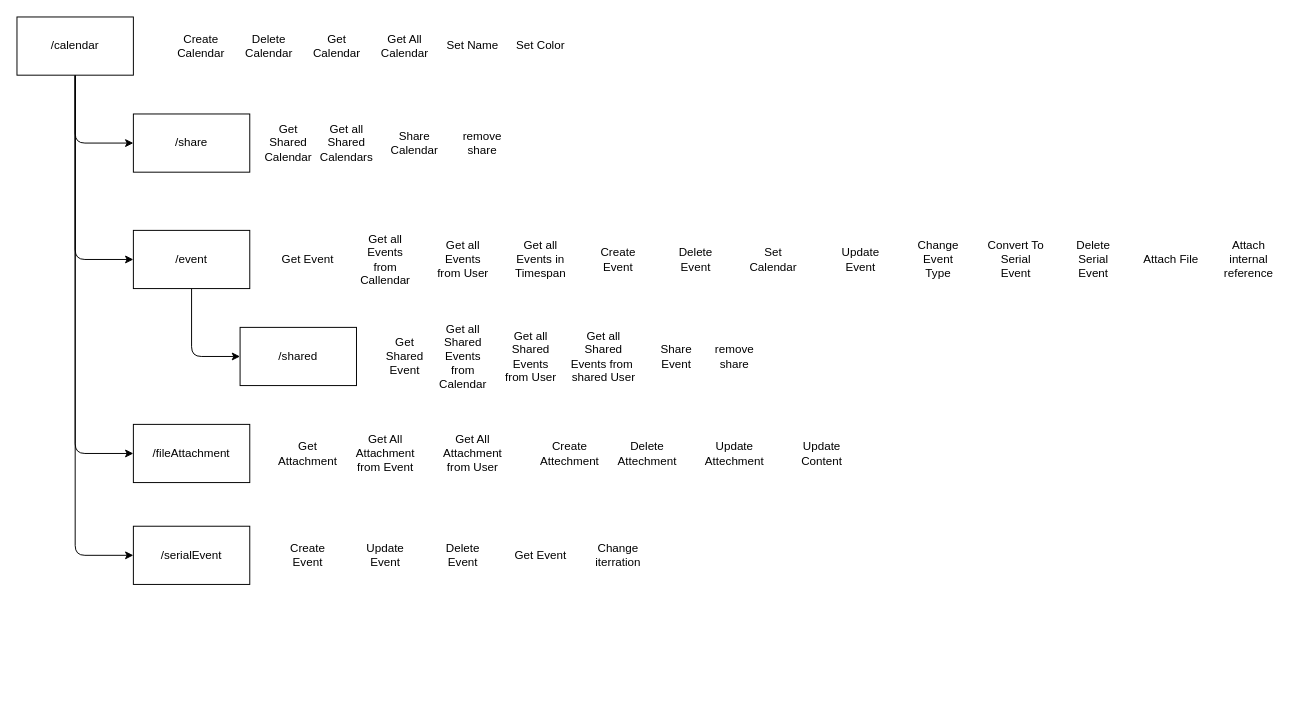
Before: page "Calendar" (3 of 3) of Architecture/Backend.drawio in TodoXpress/Documentation, a draw.io diagram. Source tidied: cells renumbered, new cells numbered last; positions are measured from the earlier drawing's top-left corner, leaving out a move shared by most shapes. Both pictures are drawn from the tidied source at 97%, with x=0, y=0 at pixel (16, 16).
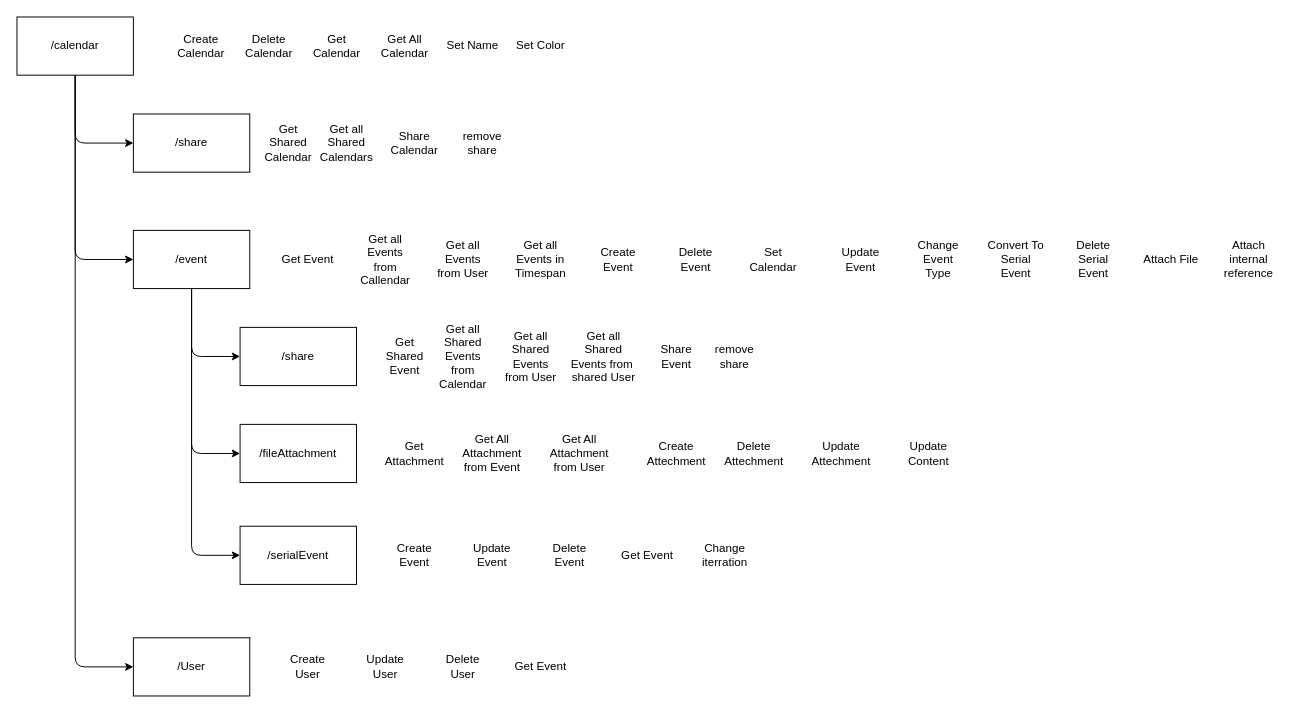
After the change.

Commit message:
add user endpoint definition

The change refers to these unchanged cells:
```xml
<mxCell id="6" value="/calendar" style="rounded=0;whiteSpace=wrap;html=1;" parent="1" vertex="1">
  <mxGeometry width="120" height="60" as="geometry" />
</mxCell>
<mxCell id="14" value="/event" style="rounded=0;whiteSpace=wrap;html=1;" parent="1" vertex="1">
  <mxGeometry x="120" y="220" width="120" height="60" as="geometry" />
</mxCell>
```

Diff of the diagram source:
```diff
@@
-    <mxCell id="3" style="edgeStyle=none;html=1;exitX=0.5;exitY=1;exitDx=0;exitDy=0;entryX=0;entryY=0.5;entryDx=0;entryDy=0;" parent="1" edge="1" source="6" target="19">
-      <mxGeometry relative="1" as="geometry">
-        <Array as="points">
-          <mxPoint x="60" y="555" />
-        </Array>
-      </mxGeometry>
-    </mxCell>
-    <mxCell id="4" style="edgeStyle=none;html=1;exitX=0.5;exitY=1;exitDx=0;exitDy=0;entryX=0;entryY=0.5;entryDx=0;entryDy=0;" parent="1" edge="1" source="6" target="32">
-      <mxGeometry relative="1" as="geometry">
-        <Array as="points">
-          <mxPoint x="60" y="450" />
-        </Array>
-      </mxGeometry>
-    </mxCell>
@@
+    <mxCell id="54" style="edgeStyle=none;html=1;entryX=0;entryY=0.5;entryDx=0;entryDy=0;exitX=0.5;exitY=1;exitDx=0;exitDy=0;" parent="1" edge="1" source="6" target="57">
+      <mxGeometry relative="1" as="geometry">
+        <Array as="points">
+          <mxPoint x="60" y="670" />
+        </Array>
+      </mxGeometry>
+    </mxCell>
@@
+    <mxCell id="55" style="edgeStyle=none;html=1;entryX=0;entryY=0.5;entryDx=0;entryDy=0;exitX=0.5;exitY=1;exitDx=0;exitDy=0;" parent="1" edge="1" source="14" target="32">
+      <mxGeometry relative="1" as="geometry">
+        <Array as="points">
+          <mxPoint x="180" y="450" />
+        </Array>
+      </mxGeometry>
+    </mxCell>
+    <mxCell id="56" style="edgeStyle=none;html=1;entryX=0;entryY=0.5;entryDx=0;entryDy=0;exitX=0.5;exitY=1;exitDx=0;exitDy=0;" parent="1" edge="1" source="14" target="19">
+      <mxGeometry relative="1" as="geometry">
+        <Array as="points">
+          <mxPoint x="180" y="555" />
+        </Array>
+      </mxGeometry>
+    </mxCell>
@@
     <mxCell id="19" value="/serialEvent" style="rounded=0;whiteSpace=wrap;html=1;" parent="1" vertex="1">
-      <mxGeometry x="120" y="525" width="120" height="60" as="geometry" />
+      <mxGeometry x="230" y="525" width="120" height="60" as="geometry" />
     </mxCell>
     <mxCell id="20" value="Create Event" style="text;html=1;strokeColor=none;fillColor=none;align=center;verticalAlign=middle;whiteSpace=wrap;rounded=0;" parent="1" vertex="1">
-      <mxGeometry x="270" y="540" width="60" height="30" as="geometry" />
+      <mxGeometry x="380" y="540" width="60" height="30" as="geometry" />
     </mxCell>
     <mxCell id="21" value="Delete&lt;br&gt;Event" style="text;html=1;strokeColor=none;fillColor=none;align=center;verticalAlign=middle;whiteSpace=wrap;rounded=0;" parent="1" vertex="1">
-      <mxGeometry x="430" y="540" width="60" height="30" as="geometry" />
+      <mxGeometry x="540" y="540" width="60" height="30" as="geometry" />
     </mxCell>
     <mxCell id="22" value="Get Event" style="text;html=1;strokeColor=none;fillColor=none;align=center;verticalAlign=middle;whiteSpace=wrap;rounded=0;" parent="1" vertex="1">
-      <mxGeometry x="510" y="540" width="60" height="30" as="geometry" />
+      <mxGeometry x="620" y="540" width="60" height="30" as="geometry" />
     </mxCell>
@@
     <mxCell id="27" value="Change iterration" style="text;html=1;strokeColor=none;fillColor=none;align=center;verticalAlign=middle;whiteSpace=wrap;rounded=0;" parent="1" vertex="1">
-      <mxGeometry x="590" y="540" width="60" height="30" as="geometry" />
+      <mxGeometry x="700" y="540" width="60" height="30" as="geometry" />
     </mxCell>
     <mxCell id="28" value="Update Event" style="text;html=1;strokeColor=none;fillColor=none;align=center;verticalAlign=middle;whiteSpace=wrap;rounded=0;" parent="1" vertex="1">
-      <mxGeometry x="350" y="540" width="60" height="30" as="geometry" />
+      <mxGeometry x="460" y="540" width="60" height="30" as="geometry" />
     </mxCell>
@@
     <mxCell id="32" value="/fileAttachment" style="rounded=0;whiteSpace=wrap;html=1;" parent="1" vertex="1">
-      <mxGeometry x="120" y="420" width="120" height="60" as="geometry" />
+      <mxGeometry x="230" y="420" width="120" height="60" as="geometry" />
     </mxCell>
     <mxCell id="33" value="Create Attechment" style="text;html=1;strokeColor=none;fillColor=none;align=center;verticalAlign=middle;whiteSpace=wrap;rounded=0;" parent="1" vertex="1">
-      <mxGeometry x="540" y="435" width="60" height="30" as="geometry" />
+      <mxGeometry x="650" y="435" width="60" height="30" as="geometry" />
     </mxCell>
     <mxCell id="34" value="Delete&lt;br&gt;Attechment" style="text;html=1;strokeColor=none;fillColor=none;align=center;verticalAlign=middle;whiteSpace=wrap;rounded=0;" parent="1" vertex="1">
-      <mxGeometry x="620" y="435" width="60" height="30" as="geometry" />
+      <mxGeometry x="730" y="435" width="60" height="30" as="geometry" />
     </mxCell>
     <mxCell id="35" value="Get Attachment" style="text;html=1;strokeColor=none;fillColor=none;align=center;verticalAlign=middle;whiteSpace=wrap;rounded=0;" parent="1" vertex="1">
-      <mxGeometry x="270" y="435" width="60" height="30" as="geometry" />
+      <mxGeometry x="380" y="435" width="60" height="30" as="geometry" />
     </mxCell>
     <mxCell id="36" value="Get All Attachment&lt;br&gt;from Event" style="text;html=1;strokeColor=none;fillColor=none;align=center;verticalAlign=middle;whiteSpace=wrap;rounded=0;" parent="1" vertex="1">
-      <mxGeometry x="350" y="435" width="60" height="30" as="geometry" />
+      <mxGeometry x="460" y="435" width="60" height="30" as="geometry" />
     </mxCell>
     <mxCell id="37" value="Get All Attachment&lt;br&gt;from User" style="text;html=1;strokeColor=none;fillColor=none;align=center;verticalAlign=middle;whiteSpace=wrap;rounded=0;" parent="1" vertex="1">
-      <mxGeometry x="440" y="435" width="60" height="30" as="geometry" />
+      <mxGeometry x="550" y="435" width="60" height="30" as="geometry" />
     </mxCell>
     <mxCell id="38" value="Update Attechment" style="text;html=1;strokeColor=none;fillColor=none;align=center;verticalAlign=middle;whiteSpace=wrap;rounded=0;" parent="1" vertex="1">
-      <mxGeometry x="710" y="435" width="60" height="30" as="geometry" />
+      <mxGeometry x="820" y="435" width="60" height="30" as="geometry" />
     </mxCell>
     <mxCell id="39" value="Update Content" style="text;html=1;strokeColor=none;fillColor=none;align=center;verticalAlign=middle;whiteSpace=wrap;rounded=0;" parent="1" vertex="1">
-      <mxGeometry x="800" y="435" width="60" height="30" as="geometry" />
+      <mxGeometry x="910" y="435" width="60" height="30" as="geometry" />
     </mxCell>
@@
-    <mxCell id="50" value="/shared" style="rounded=0;whiteSpace=wrap;html=1;" parent="1" vertex="1">
+    <mxCell id="50" value="/share" style="rounded=0;whiteSpace=wrap;html=1;" parent="1" vertex="1">
       <mxGeometry x="230" y="320" width="120" height="60" as="geometry" />
     </mxCell>
@@
+    <mxCell id="57" value="/User" style="rounded=0;whiteSpace=wrap;html=1;" parent="1" vertex="1">
+      <mxGeometry x="120" y="640" width="120" height="60" as="geometry" />
+    </mxCell>
+    <mxCell id="58" value="Create User" style="text;html=1;strokeColor=none;fillColor=none;align=center;verticalAlign=middle;whiteSpace=wrap;rounded=0;" parent="1" vertex="1">
+      <mxGeometry x="270" y="655" width="60" height="30" as="geometry" />
+    </mxCell>
+    <mxCell id="59" value="Delete&lt;br&gt;User" style="text;html=1;strokeColor=none;fillColor=none;align=center;verticalAlign=middle;whiteSpace=wrap;rounded=0;" parent="1" vertex="1">
+      <mxGeometry x="430" y="655" width="60" height="30" as="geometry" />
+    </mxCell>
+    <mxCell id="60" value="Get Event" style="text;html=1;strokeColor=none;fillColor=none;align=center;verticalAlign=middle;whiteSpace=wrap;rounded=0;" parent="1" vertex="1">
+      <mxGeometry x="510" y="655" width="60" height="30" as="geometry" />
+    </mxCell>
+    <mxCell id="61" value="Update User" style="text;html=1;strokeColor=none;fillColor=none;align=center;verticalAlign=middle;whiteSpace=wrap;rounded=0;" parent="1" vertex="1">
+      <mxGeometry x="350" y="655" width="60" height="30" as="geometry" />
+    </mxCell>
```
